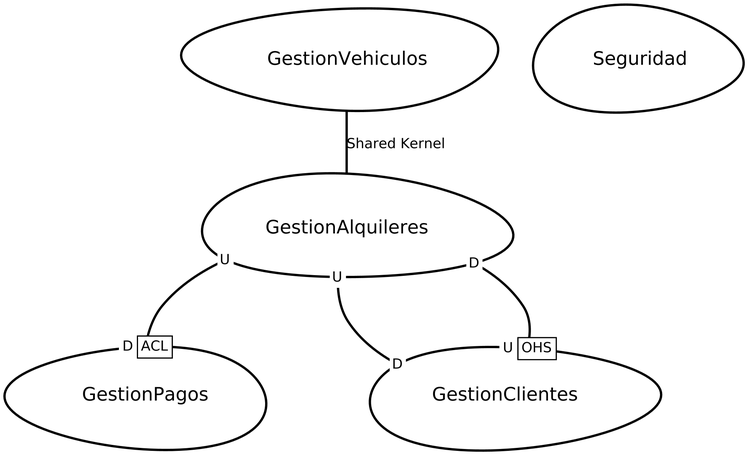
Above: src-gen/systemalquiler_ContextMap.png in Henry-AbantoV/cmAlquiler (Graphviz), before the change. Its source is kept beside it as src-gen/systemalquiler_ContextMap.gv.
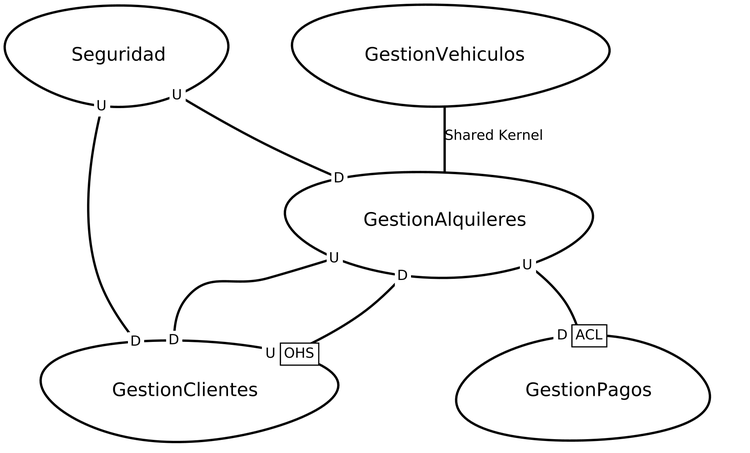
The same file after the commit.

What changed in the source:
```diff
@@ -1,10 +1,10 @@
 digraph "ContextMapGraph" {
 graph ["imagepath"="/tmp/GraphvizJava"]
-"GestionAlquileres" ["margin"="0.3","orientation"="76","shape"="egg","fontsize"="16","style"="bold","label"="GestionAlquileres\n","fontname"="sans-serif"]
-"GestionPagos" ["margin"="0.3","orientation"="327","shape"="egg","fontsize"="16","style"="bold","label"="GestionPagos\n","fontname"="sans-serif"]
-"GestionClientes" ["margin"="0.3","orientation"="338","shape"="egg","fontsize"="16","style"="bold","label"="GestionClientes\n","fontname"="sans-serif"]
-"GestionVehiculos" ["margin"="0.3","orientation"="202","shape"="egg","fontsize"="16","style"="bold","label"="GestionVehiculos\n","fontname"="sans-serif"]
-"Seguridad" ["margin"="0.3","orientation"="49","shape"="egg","fontsize"="16","style"="bold","label"="Seguridad\n","fontname"="sans-serif"]
+"GestionAlquileres" ["margin"="0.3","orientation"="238","shape"="egg","fontsize"="16","style"="bold","label"="GestionAlquileres\n","fontname"="sans-serif"]
+"GestionPagos" ["margin"="0.3","orientation"="326","shape"="egg","fontsize"="16","style"="bold","label"="GestionPagos\n","fontname"="sans-serif"]
+"GestionClientes" ["margin"="0.3","orientation"="313","shape"="egg","fontsize"="16","style"="bold","label"="GestionClientes\n","fontname"="sans-serif"]
+"GestionVehiculos" ["margin"="0.3","orientation"="268","shape"="egg","fontsize"="16","style"="bold","label"="GestionVehiculos\n","fontname"="sans-serif"]
+"Seguridad" ["margin"="0.3","orientation"="150","shape"="egg","fontsize"="16","style"="bold","label"="Seguridad\n","fontname"="sans-serif"]
 "GestionAlquileres" -> "GestionPagos" ["headlabel"=<<table cellspacing="0" cellborder="1" border="0">
 <tr><td bgcolor="white" sides="r">D</td><td sides="trbl" bgcolor="white"><font>ACL</font></td></tr>
 </table>>,"labeldistance"="0","fontsize"="12","taillabel"=<<table cellspacing="0" cellborder="0" border="0">
@@ -21,4 +21,14 @@
 <tr><td bgcolor="white" sides="r">U</td><td sides="trbl" bgcolor="white"><font>OHS</font></td></tr>
 </table>>,"style"="bold","label"="                                        ","dir"="none","fontname"="sans-serif"]
 "GestionVehiculos" -> "GestionAlquileres" ["fontsize"="12","style"="bold","label"="Shared Kernel","dir"="none","fontname"="sans-serif"]
+"Seguridad" -> "GestionClientes" ["headlabel"=<<table cellspacing="0" cellborder="0" border="0">
+<tr><td bgcolor="white">D</td></tr>
+</table>>,"labeldistance"="0","fontsize"="12","taillabel"=<<table cellspacing="0" cellborder="0" border="0">
+<tr><td bgcolor="white">U</td></tr>
+</table>>,"style"="bold","label"="                                        ","dir"="none","fontname"="sans-serif"]
+"Seguridad" -> "GestionAlquileres" ["headlabel"=<<table cellspacing="0" cellborder="0" border="0">
+<tr><td bgcolor="white">D</td></tr>
+</table>>,"labeldistance"="0","fontsize"="12","taillabel"=<<table cellspacing="0" cellborder="0" border="0">
+<tr><td bgcolor="white">U</td></tr>
+</table>>,"style"="bold","label"="                                        ","dir"="none","fontname"="sans-serif"]
 }
```
